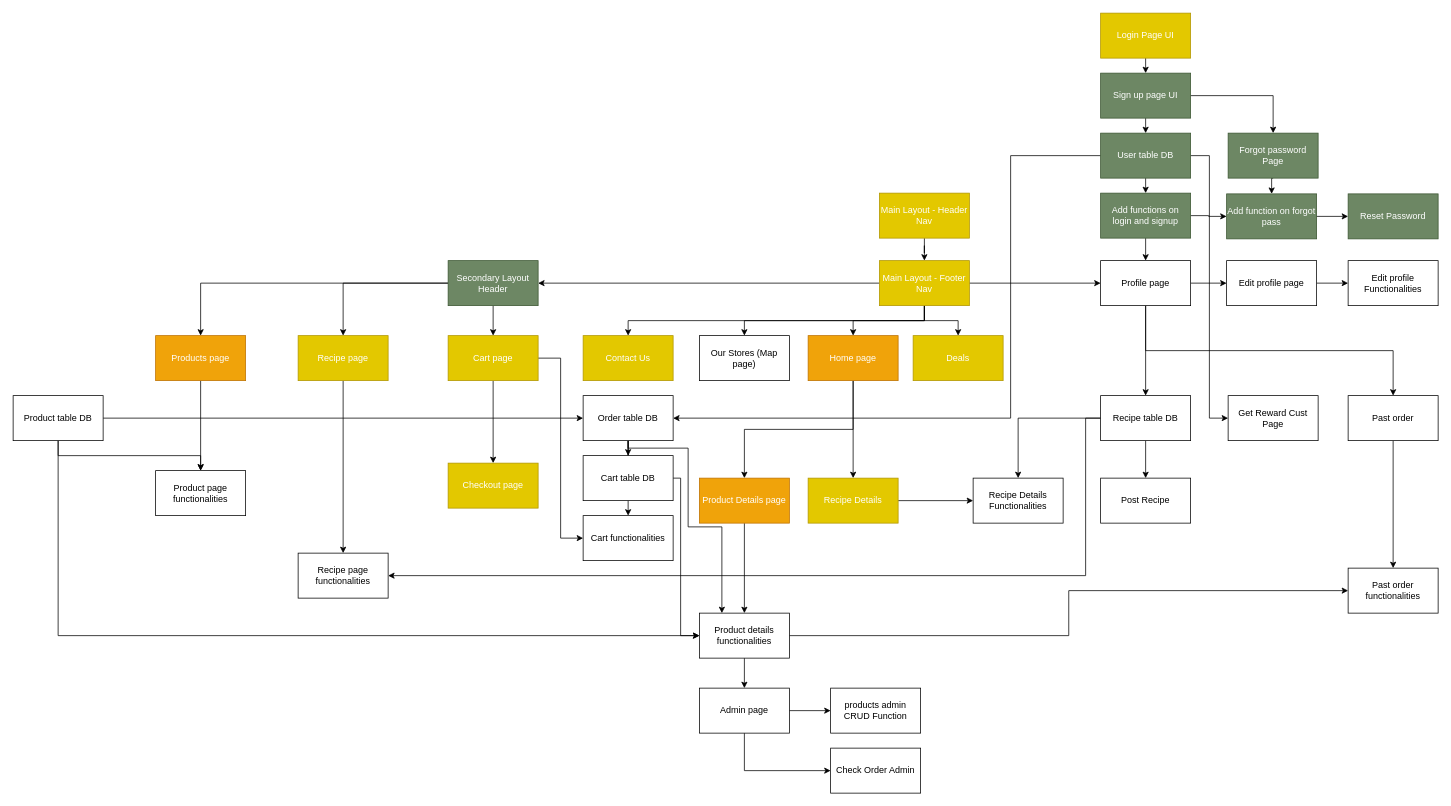
The draw.io diagram Untitled Diagram.drawio in Wavergg/721SoftwareEngineering, before the edit. Source tidied: cells renumbered, new cells numbered last; positions are measured from the earlier drawing's top-left corner, leaving out a move shared by most shapes. Both pictures are drawn from the tidied source at 75%, with x=0, y=0 at pixel (13, 13).
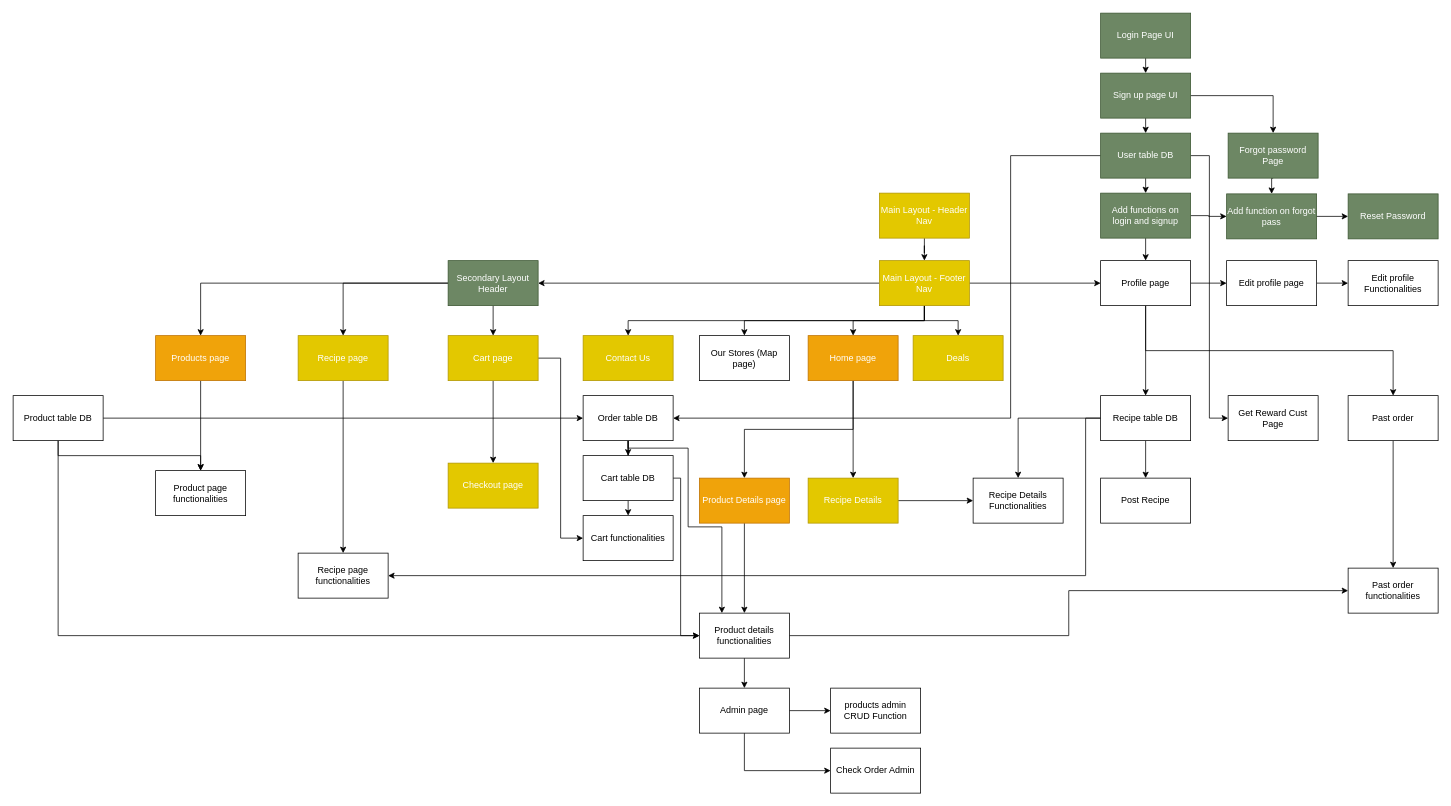
After the change.

Diff of the diagram source:
```diff
@@
-    <mxCell id="12" value="Login Page UI" style="rounded=0;whiteSpace=wrap;html=1;fillColor=#e3c800;strokeColor=#B09500;fontColor=#ffffff;" parent="1" vertex="1">
+    <mxCell id="12" value="Login Page UI" style="rounded=0;whiteSpace=wrap;html=1;fillColor=#6d8764;strokeColor=#3A5431;fontColor=#ffffff;" parent="1" vertex="1">
       <mxGeometry x="1450" width="120" height="60" as="geometry" />
     </mxCell>
```
